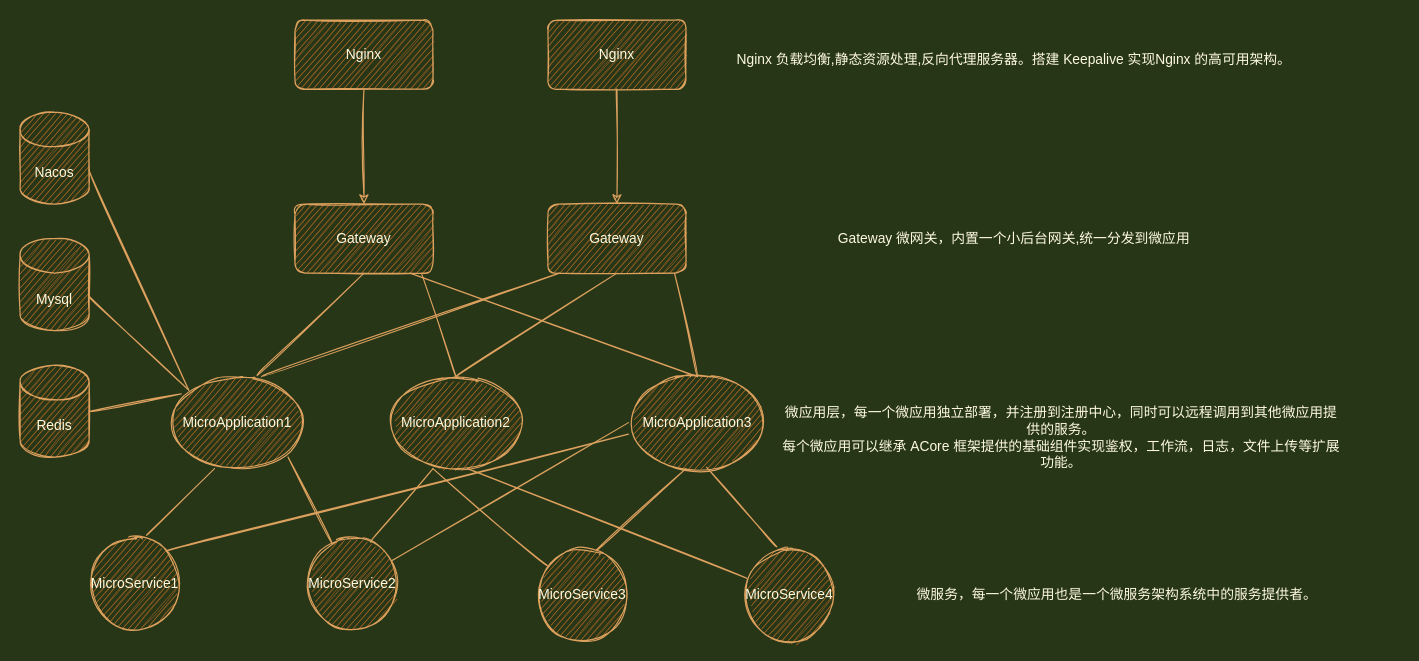
This is duojin/duojin-standard-plan.drawio from hvnobug/drawio, a draw.io file, before an edit. Source tidied: cells renumbered, new cells numbered last; positions are measured from the earlier drawing's top-left corner, leaving out a move shared by most shapes. Both pictures are drawn from the tidied source at 115%, with x=0, y=0 at pixel (20, 20).
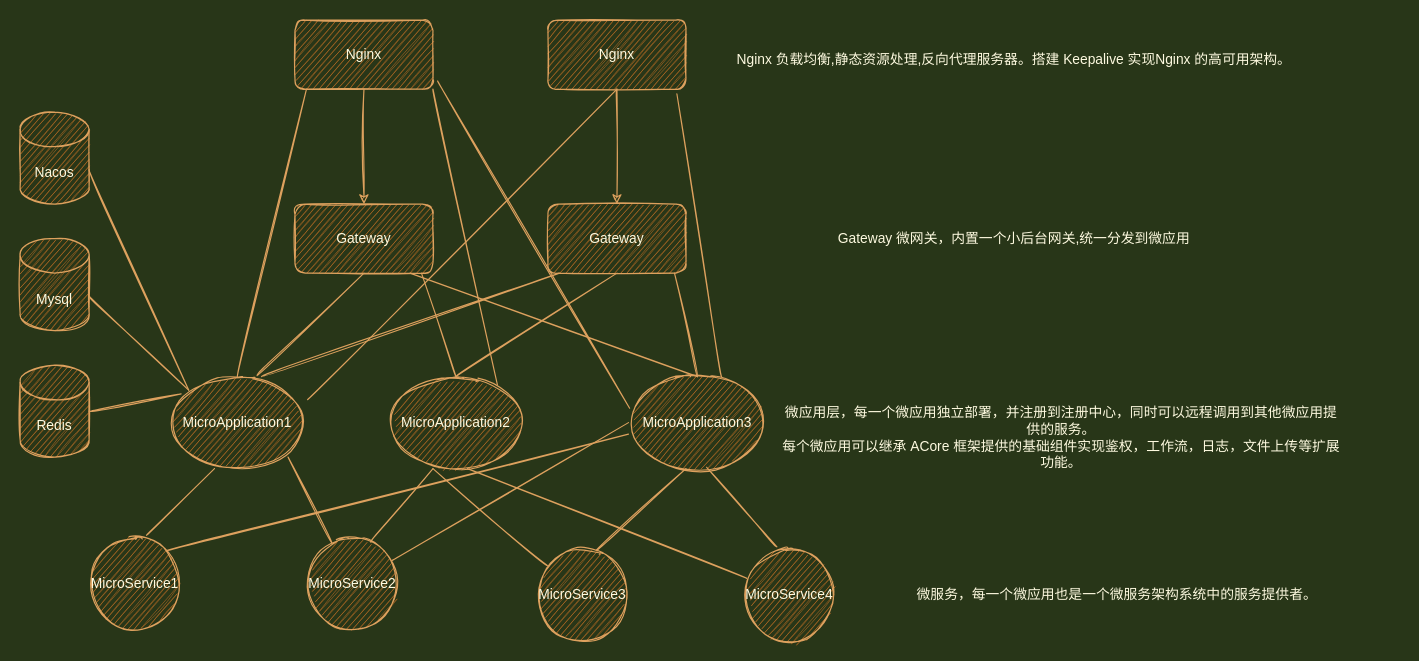
The same page after the edit.

The change refers to these unchanged cells:
```xml
<mxCell id="3" value="Nginx" style="whiteSpace=wrap;html=1;fillColor=#BC6C25;strokeColor=#DDA15E;fontColor=#FEFAE0;sketch=1;rounded=1;" parent="1" vertex="1">
  <mxGeometry x="239" width="120" height="60" as="geometry" />
</mxCell>
<mxCell id="5" value="Nginx" style="whiteSpace=wrap;html=1;fillColor=#BC6C25;strokeColor=#DDA15E;fontColor=#FEFAE0;sketch=1;rounded=1;" parent="1" vertex="1">
  <mxGeometry x="459" width="120" height="60" as="geometry" />
</mxCell>
<mxCell id="8" value="MicroApplication1" style="ellipse;whiteSpace=wrap;html=1;fillColor=#BC6C25;strokeColor=#DDA15E;fontColor=#FEFAE0;sketch=1;rounded=1;" parent="1" vertex="1">
  <mxGeometry x="129" y="310" width="120" height="80" as="geometry" />
</mxCell>
<mxCell id="9" value="MicroApplication2" style="ellipse;whiteSpace=wrap;html=1;fillColor=#BC6C25;strokeColor=#DDA15E;fontColor=#FEFAE0;sketch=1;rounded=1;" parent="1" vertex="1">
  <mxGeometry x="319" y="310" width="120" height="80" as="geometry" />
</mxCell>
```

Change to the diagram source:
```diff
@@
+    <mxCell id="40" style="endArrow=none;html=1;rounded=1;sketch=1;fontColor=#FEFAE0;strokeColor=#DDA15E;fillColor=#BC6C25;curved=1;exitX=0.5;exitY=0;exitDx=0;exitDy=0;" parent="1" edge="1" source="8">
+      <mxGeometry relative="1" as="geometry">
+        <mxPoint x="249" y="60" as="targetPoint" />
+      </mxGeometry>
+    </mxCell>
+    <mxCell id="41" style="endArrow=none;html=1;rounded=1;sketch=1;fontColor=#FEFAE0;strokeColor=#DDA15E;fillColor=#BC6C25;curved=1;entryX=0.5;entryY=1;entryDx=0;entryDy=0;" parent="1" edge="1" target="5">
+      <mxGeometry relative="1" as="geometry">
+        <mxPoint x="250" y="330" as="sourcePoint" />
+      </mxGeometry>
+    </mxCell>
+    <mxCell id="42" style="endArrow=none;html=1;rounded=1;sketch=1;fontColor=#FEFAE0;strokeColor=#DDA15E;fillColor=#BC6C25;curved=1;entryX=0.8;entryY=0.088;entryDx=0;entryDy=0;entryPerimeter=0;" parent="1" edge="1" target="9">
+      <mxGeometry relative="1" as="geometry">
+        <mxPoint x="359" y="60" as="sourcePoint" />
+      </mxGeometry>
+    </mxCell>
+    <mxCell id="43" style="endArrow=none;html=1;rounded=1;sketch=1;fontColor=#FEFAE0;strokeColor=#DDA15E;fillColor=#BC6C25;curved=1;exitX=1.034;exitY=0.883;exitDx=0;exitDy=0;exitPerimeter=0;" parent="1" edge="1" source="3">
+      <mxGeometry relative="1" as="geometry">
+        <mxPoint x="530" y="337.5" as="targetPoint" />
+      </mxGeometry>
+    </mxCell>
+    <mxCell id="44" style="endArrow=none;html=1;rounded=1;sketch=1;fontColor=#FEFAE0;strokeColor=#DDA15E;fillColor=#BC6C25;curved=1;entryX=0.934;entryY=1.067;entryDx=0;entryDy=0;entryPerimeter=0;" parent="1" edge="1" target="5">
+      <mxGeometry relative="1" as="geometry">
+        <mxPoint x="610" y="310" as="sourcePoint" />
+      </mxGeometry>
+    </mxCell>
```
